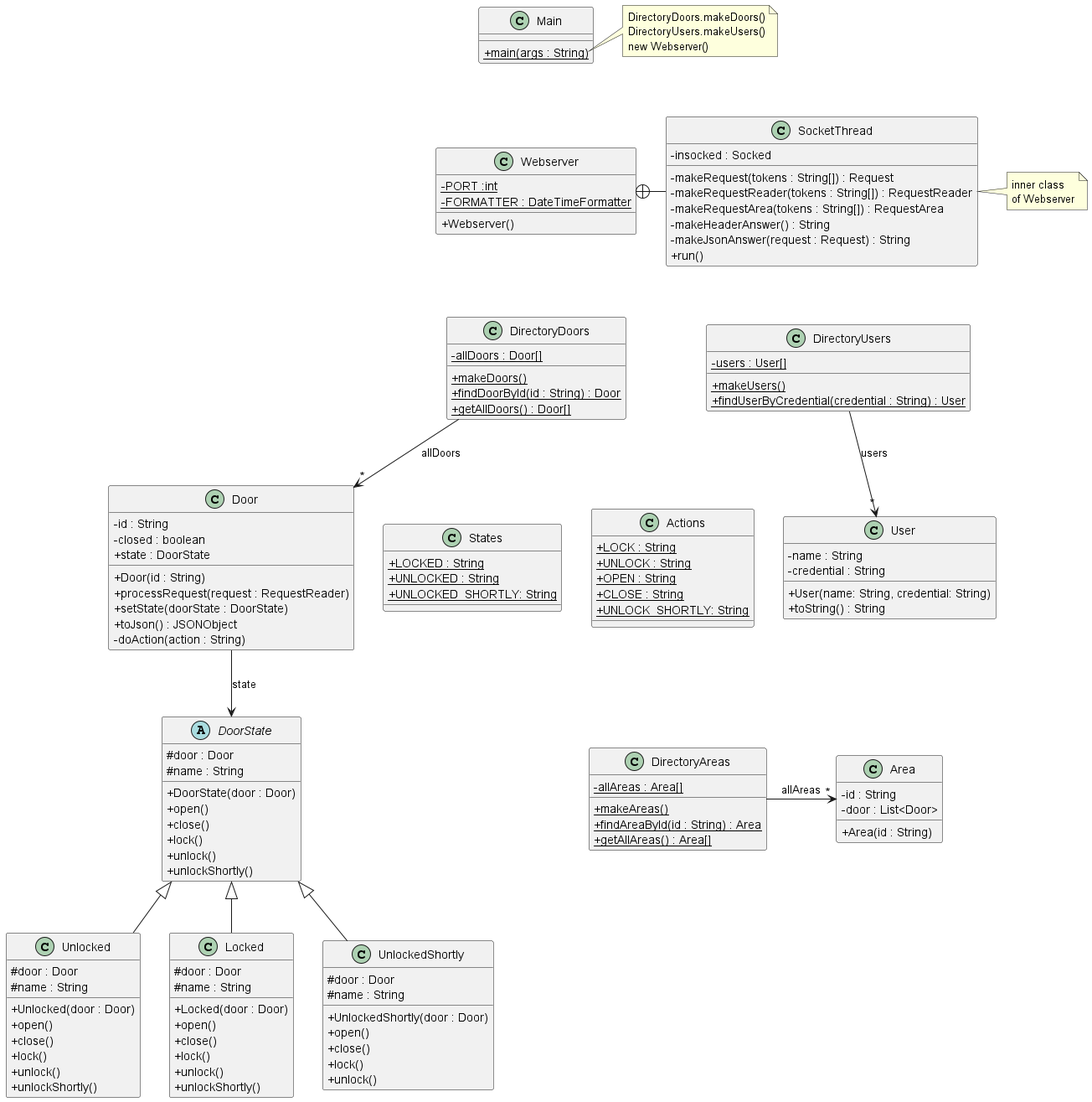
Above: out/production/acs/baseNoStates/uml/base_no_states.png in MC4MP02/ACS (PlantUML), before the change. Its diagram source:
```plantuml
@startuml
skinparam classAttributeIconSize 0

class Webserver {
- {static} PORT :int
- {static} FORMATTER : DateTimeFormatter
+ Webserver()
}

class SocketThread {
- insocked : Socked
- makeRequest(tokens : String[]) : Request
- makeRequestReader(tokens : String[]) : RequestReader
- makeRequestArea(tokens : String[]) : RequestArea
- makeHeaderAnswer() : String
- makeJsonAnswer(request : Request) : String
+ run()
}

Webserver +-right- SocketThread

note right of SocketThread
inner class
of Webserver
end note

class DirectoryDoors {
- {static} allDoors : Door[]
+ {static} makeDoors()
+ {static} findDoorById(id : String) : Door
+ {static} getAllDoors() : Door[]
}

DirectoryDoors --> "*" Door : "allDoors"

class DirectoryUsers {
- {static} users : User[]
+ {static} makeUsers()
+ {static} findUserByCredential(credential : String) : User
}

DirectoryUsers --> "*" User : "users"

class Door {
- id : String
- closed : boolean
+ state : DoorState
+ Door(id : String)
+ processRequest(request : RequestReader)
+ setState(doorState : DoorState)
+ toJson() : JSONObject
- doAction(action : String)
}

abstract class DoorState{
#door : Door
#name : String
+ DoorState(door : Door)
+ open()
+ close()
+ lock()
+ unlock()
+ unlockShortly()
}

class Unlocked extends DoorState {
#door : Door
#name : String
+ Unlocked(door : Door)
+ open()
+ close()
+ lock()
+ unlock()
+ unlockShortly()
}

class Locked extends DoorState {
#door : Door
#name : String
+ Locked(door : Door)
+ open()
+ close()
+ lock()
+ unlock()
+ unlockShortly()
}

class UnlockedShortly extends DoorState {
#door : Door
#name : String
+ UnlockedShortly(door : Door)
+ open()
+ close()
+ lock()
+ unlock()
}

class States {
+ {static} LOCKED : String
+ {static} UNLOCKED : String
+ {static} UNLOCKED_SHORTLY: String
}

class Actions {
+ {static} LOCK : String
+ {static} UNLOCK : String
+ {static} OPEN : String
+ {static} CLOSE : String
+ {static} UNLOCK_SHORTLY: String
}

class User {
- name : String
- credential : String
+ User(name: String, credential: String)
+ toString() : String
}


class Area {
- id : String
- door : List<Door>
+ Area(id : String)
}



class DirectoryAreas {
- {static} allAreas : Area[]
+ {static} makeAreas()
+ {static} findAreaById(id : String) : Area
+ {static} getAllAreas() : Area[]
}

DirectoryAreas --> "*" Area : "allAreas"


class Main {
+ {static} main(args : String)
}

note right of Main::main
DirectoryDoors.makeDoors()
DirectoryUsers.makeUsers()
new Webserver()
end note

DirectoryAreas -[hidden]right- Area
Area -[hidden]up- User
Main -[hidden]down- Webserver
Webserver -[hidden]down- DirectoryDoors
DirectoryDoors -[hidden]right- DirectoryUsers
Door -down-> DoorState : state
Door -[hidden]right- States
States -[hidden]right- Actions
@enduml
```
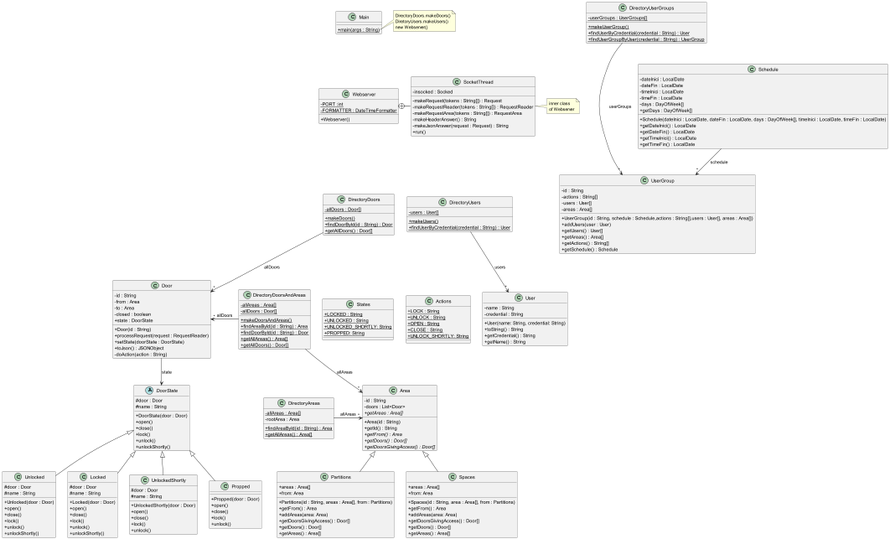
The same file after the commit.

What changed in the source:
```diff
@@ -39,10 +39,34 @@
 + {static} findUserByCredential(credential : String) : User
 }
 
+class DirectoryUserGroups {
+- {static} userGroups : UserGroups[]
++ {static} makeUserGroup()
++ {static} findUserByCredential(credential : String) : User
++ {static} findUserGroupByUser(credential : String) : UserGroup
+}
+
+class UserGroup {
+- id : String
+- actions : String[]
+- users : User[]
+- areas : Area[]
++ UserGroup(id : String, schedule : Schedule,actions : String[],users : User[], areas : Area[])
++ addUsers(user : User)
++ getUsers() : User[]
++ getAreas() : Area[]
++ getActions() : String[]
++ getSchedule() : Schedule
+
+}
+DirectoryUserGroups --> "*" UserGroup : "userGroups"
 DirectoryUsers --> "*" User : "users"
+Schedule --> "*" UserGroup : schedule
 
 class Door {
 - id : String
+- from : Area
+- to : Area
 - closed : boolean
 + state : DoorState
 + Door(id : String)
@@ -99,6 +123,7 @@
 + {static} LOCKED : String
 + {static} UNLOCKED : String
 + {static} UNLOCKED_SHORTLY: String
++ {static} PROPPED: String
 }
 
 class Actions {
@@ -114,25 +139,86 @@
 - credential : String
 + User(name: String, credential: String)
 + toString() : String
++ getCredential() : String
++ getName() : String
 }
 
 
 class Area {
 - id : String
-- door : List<Door>
+- doors : List<Door>
 + Area(id : String)
++ getId() : String
++ {abstract} getFrom() : Area
++ {abstract} getDoors() : Door[]
++ {abstract} getDoorsGivingAccess() : Door[]
++ {abstract} getAreas : Area[]
 }
 
+class Partitions extends Area {
++ areas : Area[]
++ from: Area
++ Partitions(id : String, areas : Area[], from : Partitions)
++ getFrom() : Area
++ addAreas(area: Area)
++ getDoorsGivingAccess() : Door[]
++ getDoors() : Door[]
++ getAreas() : Area[]
+}
 
+class Propped extends DoorState {
++ Propped(door : Door)
++ open()
++ close()
++ lock()
++ unlock()
+}
+
+class Schedule {
+- dateInici : LocalDate
+- dateFin : LocalDate
+- timeInici : LocalDate
+- timeFin : LocalDate
+- days : DayOfWeek[]
++ Schedule(dateInici : LocalDate, dateFin : LocalDate, days : DayOfWeek[], timeInici : LocalDate, timeFin : LocalDate)
++ getDateInici() : LocalDate
++ getDateFin() : LocalDate
++ getTimeInici() : LocalDate
++ getTimeFin() : LocalDate
++ getDays : DayOfWeek[]
+}
+
+class Spaces extends Area {
++ areas : Area[]
++ from: Area
++ Spaces(id : String, area : Area[], from : Partitions)
++  getFrom() : Area
++ addAreas(area: Area)
++ getDoorsGivingAccess() : Door[]
++ getDoors() : Door[]
++ getAreas() : Area[]
+}
 
 class DirectoryAreas {
 - {static} allAreas : Area[]
-+ {static} makeAreas()
+- rootArea : Area
 + {static} findAreaById(id : String) : Area
 + {static} getAllAreas() : Area[]
 }
 
 DirectoryAreas --> "*" Area : "allAreas"
+
+class DirectoryDoorsAndAreas {
+- {static} allAreas : Area[]
+- {static} allDoors : Door[]
++ {static} makeDoorsAndAreas()
++ {static} findAreaById(id : String) : Area
++ {static} findDoorById(id : String) : Door
++ {static} getAllAreas() : Area[]
++ {static} getAllDoors() : Door[]
+}
+DirectoryDoorsAndAreas --> "*" Area : "allAreas"
+DirectoryDoorsAndAreas --> "*" Door : "allDoors"
 
 
 class Main {
@@ -141,10 +227,12 @@
 
 note right of Main::main
 DirectoryDoors.makeDoors()
-DirectoryUsers.makeUsers()
+DiretoryUsers.makeUsers()
 new Webserver()
 end note
 
+DirectoryUserGroups -[hidden]down- Schedule
+DirectoryDoorsAndAreas -[hidden]left- Door
 DirectoryAreas -[hidden]right- Area
 Area -[hidden]up- User
 Main -[hidden]down- Webserver
```
